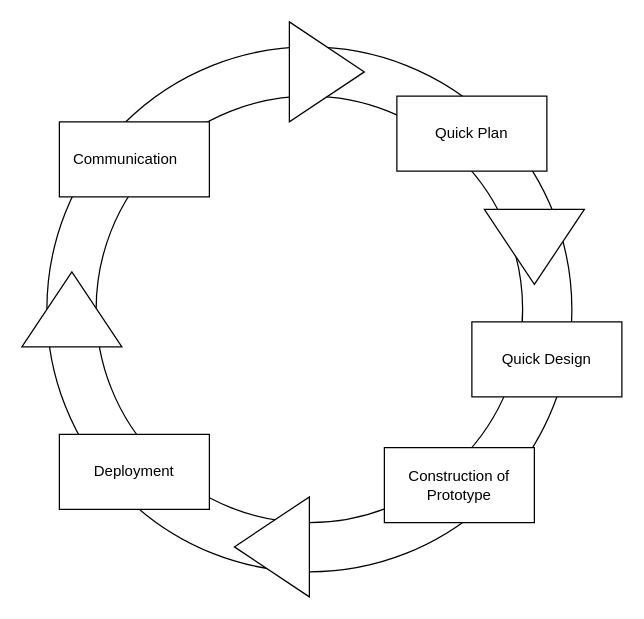
Before: Prototype.drawio in rizalpahlevii/activity-diagram, a draw.io diagram. Source tidied: cells renumbered, new cells numbered last; positions are measured from the earlier drawing's top-left corner, leaving out a move shared by most shapes. Both pictures are drawn from the tidied source at 125%, with x=0, y=0 at pixel (34, 21).
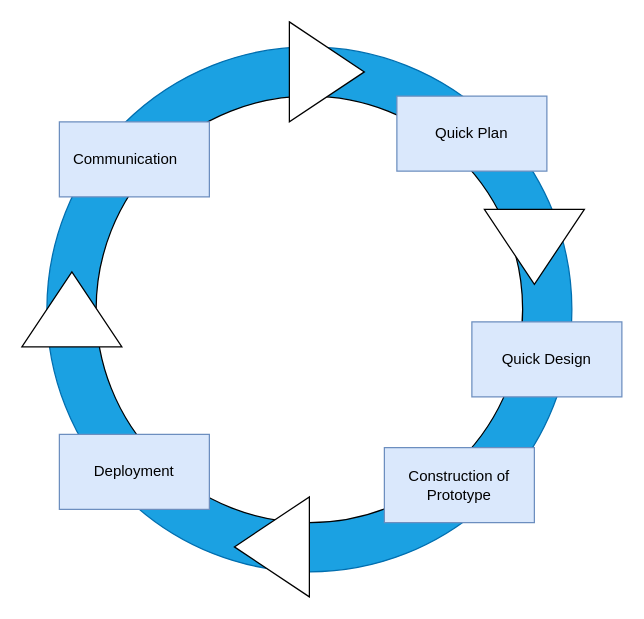
Above is the later version.

What changed in the source:
```diff
@@
 <mxGraphModel>
   <root>
     <mxCell id="0" />
     <mxCell id="1" parent="0" />
-    <mxCell id="2" style="ellipse;whiteSpace=wrap;html=1;" parent="1" vertex="1">
+    <mxCell id="2" style="ellipse;whiteSpace=wrap;html=1;fillColor=#1ba1e2;fontColor=#ffffff;strokeColor=#006EAF;" parent="1" vertex="1">
       <mxGeometry x="10" y="20" width="420" height="420" as="geometry" />
     </mxCell>
     <mxCell id="3" style="ellipse;whiteSpace=wrap;html=1;" parent="1" vertex="1">
       <mxGeometry x="49.4" y="59.4" width="341.2" height="341.2" as="geometry" />
     </mxCell>
     <mxCell id="4" style="triangle;whiteSpace=wrap;html=1;" parent="1" vertex="1">
       <mxGeometry x="204" width="60" height="80" as="geometry" />
     </mxCell>
     <mxCell id="5" style="triangle;whiteSpace=wrap;html=1;rotation=90;" parent="1" vertex="1">
       <mxGeometry x="370" y="140" width="60" height="80" as="geometry" />
     </mxCell>
     <mxCell id="6" style="triangle;whiteSpace=wrap;html=1;rotation=-180;" parent="1" vertex="1">
       <mxGeometry x="160" y="380" width="60" height="80" as="geometry" />
     </mxCell>
     <mxCell id="7" style="triangle;whiteSpace=wrap;html=1;rotation=-90;" parent="1" vertex="1">
       <mxGeometry y="190" width="60" height="80" as="geometry" />
     </mxCell>
-    <mxCell id="8" value="&lt;div style=&quot;&quot;&gt;&lt;span style=&quot;background-color: initial;&quot;&gt;Communication&lt;/span&gt;&lt;span style=&quot;background-color: initial; white-space: pre;&quot;&gt;&#9;&lt;/span&gt;&lt;/div&gt;" style="rounded=0;whiteSpace=wrap;html=1;align=right;" parent="1" vertex="1">
+    <mxCell id="8" value="&lt;div style=&quot;&quot;&gt;&lt;span style=&quot;background-color: initial;&quot;&gt;Communication&lt;/span&gt;&lt;span style=&quot;background-color: initial; white-space: pre;&quot;&gt;&#9;&lt;/span&gt;&lt;/div&gt;" style="rounded=0;whiteSpace=wrap;html=1;align=right;fillColor=#dae8fc;strokeColor=#6c8ebf;" parent="1" vertex="1">
       <mxGeometry x="20" y="80" width="120" height="60" as="geometry" />
     </mxCell>
-    <mxCell id="9" value="Quick Plan" style="rounded=0;whiteSpace=wrap;html=1;" parent="1" vertex="1">
+    <mxCell id="9" value="Quick Plan" style="rounded=0;whiteSpace=wrap;html=1;fillColor=#dae8fc;strokeColor=#6c8ebf;" parent="1" vertex="1">
       <mxGeometry x="290" y="59.4" width="120" height="60" as="geometry" />
     </mxCell>
-    <mxCell id="10" value="Quick Design" style="rounded=0;whiteSpace=wrap;html=1;" parent="1" vertex="1">
+    <mxCell id="10" value="Quick Design" style="rounded=0;whiteSpace=wrap;html=1;fillColor=#dae8fc;strokeColor=#6c8ebf;" parent="1" vertex="1">
       <mxGeometry x="350" y="240" width="120" height="60" as="geometry" />
     </mxCell>
-    <mxCell id="11" value="Construction of Prototype" style="rounded=0;whiteSpace=wrap;html=1;" parent="1" vertex="1">
+    <mxCell id="11" value="Construction of Prototype" style="rounded=0;whiteSpace=wrap;html=1;fillColor=#dae8fc;strokeColor=#6c8ebf;" parent="1" vertex="1">
       <mxGeometry x="280" y="340.6" width="120" height="60" as="geometry" />
     </mxCell>
-    <mxCell id="12" value="Deployment" style="rounded=0;whiteSpace=wrap;html=1;" parent="1" vertex="1">
+    <mxCell id="12" value="Deployment" style="rounded=0;whiteSpace=wrap;html=1;fillColor=#dae8fc;strokeColor=#6c8ebf;" parent="1" vertex="1">
       <mxGeometry x="20" y="330" width="120" height="60" as="geometry" />
     </mxCell>
   </root>
 </mxGraphModel>
```
